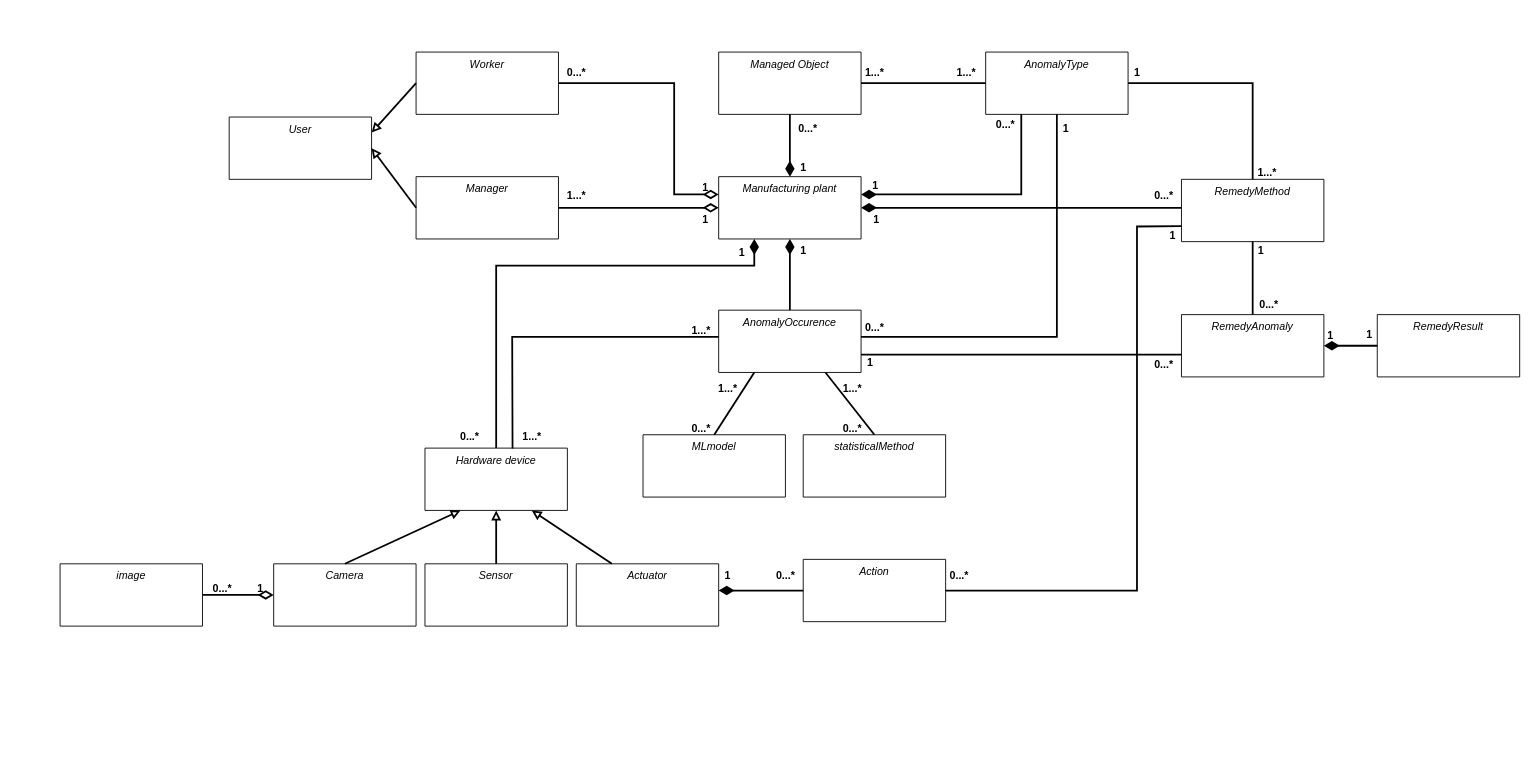
This is aa_classdiagram.drawio from ShineSoYoung/TEST, a draw.io file, before an edit. Source tidied: cells renumbered, new cells numbered last; positions are measured from the earlier drawing's top-left corner, leaving out a move shared by most shapes. Both pictures are drawn from the tidied source at 89%, with x=0, y=0 at pixel (60, 52).
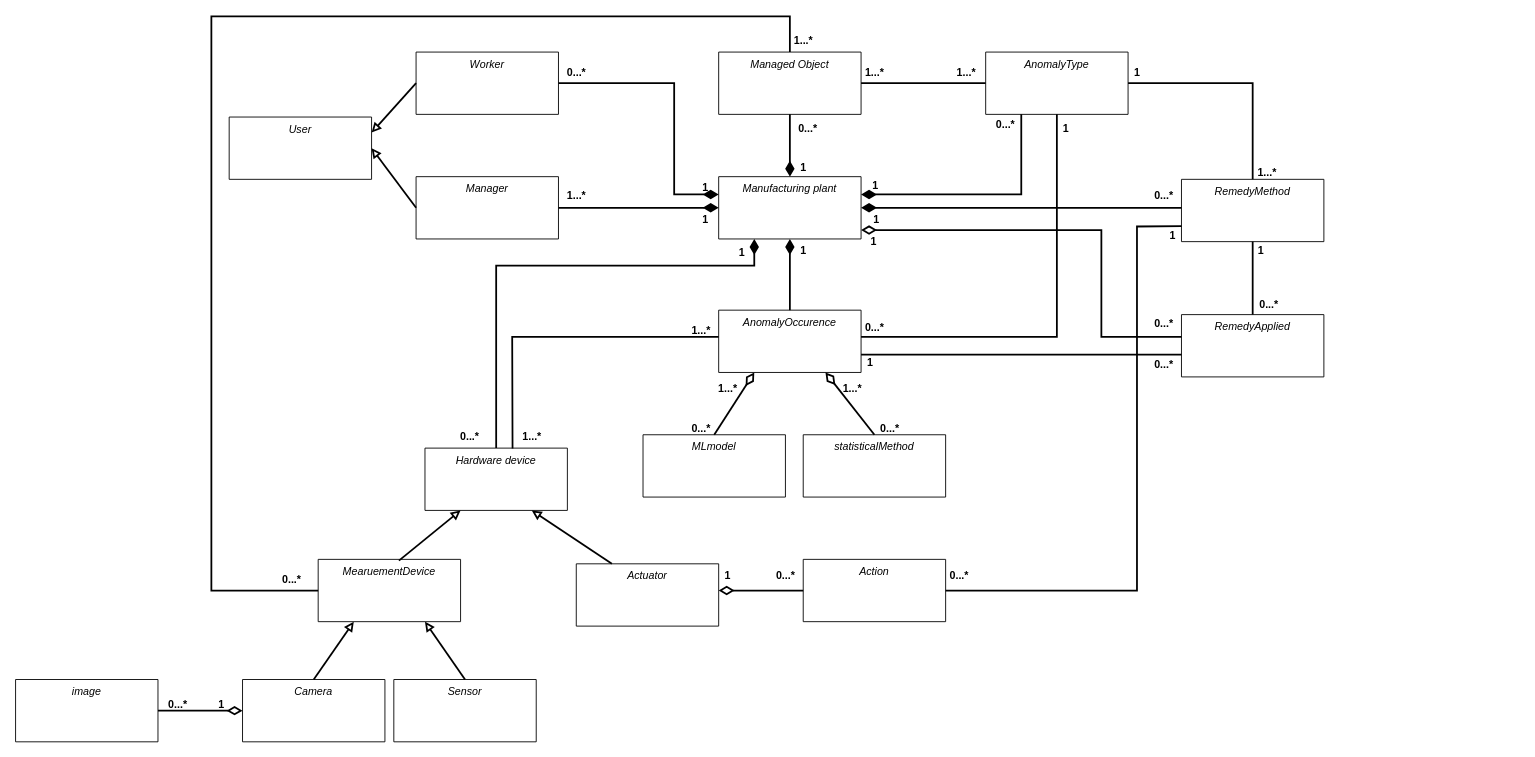
After the change.

Unchanged cells that the change refers to:
```xml
<mxCell id="2" value="Manufacturing plant" style="swimlane;fontStyle=2;align=center;verticalAlign=top;horizontal=1;startSize=70;rounded=0;shadow=0;strokeWidth=1;" parent="1" vertex="1">
  <mxGeometry x="740" y="140" width="160" height="70" as="geometry" />
</mxCell>
<mxCell id="3" value="Hardware device" style="swimlane;fontStyle=2;align=center;verticalAlign=top;horizontal=1;startSize=70;rounded=0;shadow=0;strokeWidth=1;" parent="1" vertex="1">
  <mxGeometry x="410" y="445" width="160" height="70" as="geometry" />
</mxCell>
<mxCell id="4" value="Managed Object" style="swimlane;fontStyle=2;align=center;verticalAlign=top;horizontal=1;startSize=70;rounded=0;shadow=0;strokeWidth=1;" parent="1" vertex="1">
  <mxGeometry x="740" width="160" height="70" as="geometry" />
</mxCell>
<mxCell id="5" value="Worker" style="swimlane;fontStyle=2;align=center;verticalAlign=top;horizontal=1;startSize=70;rounded=0;shadow=0;strokeWidth=1;" parent="1" vertex="1">
  <mxGeometry x="400" width="160" height="70" as="geometry" />
</mxCell>
<mxCell id="6" value="Manager" style="swimlane;fontStyle=2;align=center;verticalAlign=top;horizontal=1;startSize=70;rounded=0;shadow=0;strokeWidth=1;" parent="1" vertex="1">
  <mxGeometry x="400" y="140" width="160" height="70" as="geometry" />
</mxCell>
<mxCell id="9" value="AnomalyOccurence" style="swimlane;fontStyle=2;align=center;verticalAlign=top;horizontal=1;startSize=70;rounded=0;shadow=0;strokeWidth=1;" parent="1" vertex="1">
  <mxGeometry x="740" y="290" width="160" height="70" as="geometry" />
</mxCell>
<mxCell id="18" value="statisticalMethod" style="swimlane;fontStyle=2;align=center;verticalAlign=top;horizontal=1;startSize=70;rounded=0;shadow=0;strokeWidth=1;" parent="1" vertex="1">
  <mxGeometry x="835" y="430" width="160" height="70" as="geometry" />
</mxCell>
<mxCell id="31" value="MLmodel" style="swimlane;fontStyle=2;align=center;verticalAlign=top;horizontal=1;startSize=70;rounded=0;shadow=0;strokeWidth=1;" parent="1" vertex="1">
  <mxGeometry x="655" y="430" width="160" height="70" as="geometry" />
</mxCell>
<mxCell id="41" value="Action" style="swimlane;fontStyle=2;align=center;verticalAlign=top;horizontal=1;startSize=70;rounded=0;shadow=0;strokeWidth=1;" parent="1" vertex="1">
  <mxGeometry x="835" y="570" width="160" height="70" as="geometry" />
</mxCell>
```

The edit, as a diff of the source:
```diff
@@
     <mxCell id="10" value="Camera" style="swimlane;fontStyle=2;align=center;verticalAlign=top;horizontal=1;startSize=70;rounded=0;shadow=0;strokeWidth=1;" parent="1" vertex="1">
-      <mxGeometry x="240" y="575" width="160" height="70" as="geometry" />
+      <mxGeometry x="205" y="705" width="160" height="70" as="geometry" />
     </mxCell>
     <mxCell id="11" value="Sensor" style="swimlane;fontStyle=2;align=center;verticalAlign=top;horizontal=1;startSize=70;rounded=0;shadow=0;strokeWidth=1;" parent="1" vertex="1">
-      <mxGeometry x="410" y="575" width="160" height="70" as="geometry" />
+      <mxGeometry x="375" y="705" width="160" height="70" as="geometry" />
     </mxCell>
@@
-    <mxCell id="13" value="RemedyAnomaly" style="swimlane;fontStyle=2;align=center;verticalAlign=top;horizontal=1;startSize=70;rounded=0;shadow=0;strokeWidth=1;" parent="1" vertex="1">
+    <mxCell id="13" value="RemedyApplied" style="swimlane;fontStyle=2;align=center;verticalAlign=top;horizontal=1;startSize=70;rounded=0;shadow=0;strokeWidth=1;" parent="1" vertex="1">
       <mxGeometry x="1260" y="295" width="160" height="70" as="geometry" />
     </mxCell>
-    <mxCell id="14" value="RemedyResult" style="swimlane;fontStyle=2;align=center;verticalAlign=top;horizontal=1;startSize=70;rounded=0;shadow=0;strokeWidth=1;" parent="1" vertex="1">
-      <mxGeometry x="1480" y="295" width="160" height="70" as="geometry" />
-    </mxCell>
-    <mxCell id="15" style="endArrow=block;html=1;rounded=0;exitX=0.5;exitY=0;exitDx=0;exitDy=0;entryX=0.25;entryY=1;entryDx=0;entryDy=0;endFill=0;strokeWidth=2;" parent="1" edge="1" source="10">
-      <mxGeometry relative="1" as="geometry">
-        <mxPoint x="450" y="515" as="targetPoint" />
-      </mxGeometry>
+    <mxCell id="15" style="endArrow=block;html=1;rounded=0;exitX=0.5;exitY=0;exitDx=0;exitDy=0;entryX=0.25;entryY=1;entryDx=0;entryDy=0;endFill=0;strokeWidth=2;" parent="1" edge="1" source="10" target="81">
+      <mxGeometry relative="1" as="geometry" />
     </mxCell>
-    <mxCell id="16" style="endArrow=block;html=1;rounded=0;exitX=0.5;exitY=0;exitDx=0;exitDy=0;endFill=0;strokeWidth=2;" parent="1" edge="1" source="11">
-      <mxGeometry relative="1" as="geometry">
-        <mxPoint x="490" y="515" as="targetPoint" />
-      </mxGeometry>
+    <mxCell id="16" style="endArrow=block;html=1;rounded=0;exitX=0.5;exitY=0;exitDx=0;exitDy=0;endFill=0;strokeWidth=2;entryX=0.75;entryY=1;entryDx=0;entryDy=0;" parent="1" edge="1" source="11" target="81">
+      <mxGeometry relative="1" as="geometry" />
     </mxCell>
@@
-    <mxCell id="22" style="endArrow=none;html=1;rounded=0;entryX=1;entryY=0.5;entryDx=0;entryDy=0;strokeWidth=2;startArrow=diamondThin;startFill=0;startSize=12;" parent="1" edge="1" target="5">
+    <mxCell id="22" style="endArrow=none;html=1;rounded=0;entryX=1;entryY=0.5;entryDx=0;entryDy=0;strokeWidth=2;startArrow=diamondThin;startFill=1;startSize=12;" parent="1" edge="1" target="5">
       <mxGeometry relative="1" as="geometry">
         <mxPoint x="740" y="160" as="sourcePoint" />
         <Array as="points">
           <mxPoint x="690" y="160" />
           <mxPoint x="690" y="35" />
         </Array>
       </mxGeometry>
     </mxCell>
@@
-    <mxCell id="25" style="endArrow=none;html=1;rounded=0;entryX=0;entryY=0.5;entryDx=0;entryDy=0;strokeWidth=2;exitX=1;exitY=0.5;exitDx=0;exitDy=0;startArrow=diamondThin;startFill=1;endSize=12;startSize=12;" parent="1" edge="1" source="13" target="14">
-      <mxGeometry relative="1" as="geometry" />
-    </mxCell>
@@
-    <mxCell id="30" style="endArrow=none;html=1;rounded=0;entryX=1;entryY=0.5;entryDx=0;entryDy=0;strokeWidth=2;exitX=0;exitY=0.5;exitDx=0;exitDy=0;endFill=0;startArrow=diamondThin;startFill=0;endSize=12;startSize=12;" parent="1" edge="1" source="2" target="6">
+    <mxCell id="30" style="endArrow=none;html=1;rounded=0;entryX=1;entryY=0.5;entryDx=0;entryDy=0;strokeWidth=2;exitX=0;exitY=0.5;exitDx=0;exitDy=0;endFill=0;startArrow=diamondThin;startFill=1;endSize=12;startSize=12;" parent="1" edge="1" source="2" target="6">
       <mxGeometry relative="1" as="geometry" />
     </mxCell>
@@
-    <mxCell id="32" style="endArrow=none;html=1;rounded=0;strokeWidth=2;entryX=0.25;entryY=1;entryDx=0;entryDy=0;exitX=0.5;exitY=0;exitDx=0;exitDy=0;" parent="1" edge="1" source="31" target="9">
+    <mxCell id="32" style="endArrow=diamondThin;html=1;rounded=0;strokeWidth=2;entryX=0.25;entryY=1;entryDx=0;entryDy=0;exitX=0.5;exitY=0;exitDx=0;exitDy=0;startArrow=none;startFill=0;endSize=12;startSize=12;endFill=0;" parent="1" edge="1" source="31" target="9">
       <mxGeometry relative="1" as="geometry" />
     </mxCell>
@@
-    <mxCell id="38" style="endArrow=none;html=1;rounded=0;strokeWidth=2;entryX=0.75;entryY=1;entryDx=0;entryDy=0;exitX=0.5;exitY=0;exitDx=0;exitDy=0;" parent="1" edge="1" source="18" target="9">
+    <mxCell id="38" style="endArrow=diamondThin;html=1;rounded=0;strokeWidth=2;entryX=0.75;entryY=1;entryDx=0;entryDy=0;exitX=0.5;exitY=0;exitDx=0;exitDy=0;endFill=0;startSize=12;endSize=12;" parent="1" edge="1" source="18" target="9">
       <mxGeometry relative="1" as="geometry" />
     </mxCell>
     <mxCell id="39" value="image" style="swimlane;fontStyle=2;align=center;verticalAlign=top;horizontal=1;startSize=70;rounded=0;shadow=0;strokeWidth=1;" parent="1" vertex="1">
-      <mxGeometry y="575" width="160" height="70" as="geometry" />
+      <mxGeometry x="-50" y="705" width="160" height="70" as="geometry" />
     </mxCell>
@@
-    <mxCell id="42" style="endArrow=none;html=1;rounded=0;strokeWidth=2;entryX=0;entryY=0.5;entryDx=0;entryDy=0;startArrow=diamondThin;startFill=1;endSize=12;startSize=12;" parent="1" edge="1" target="41">
+    <mxCell id="42" style="endArrow=none;html=1;rounded=0;strokeWidth=2;entryX=0;entryY=0.5;entryDx=0;entryDy=0;startArrow=diamondThin;startFill=0;endSize=12;startSize=12;" parent="1" edge="1" target="41">
       <mxGeometry relative="1" as="geometry">
         <mxPoint x="740" y="605" as="sourcePoint" />
         <Array as="points">
           <mxPoint x="810" y="605" />
         </Array>
       </mxGeometry>
     </mxCell>
@@
     <mxCell id="49" value="0...*" style="text;align=center;fontStyle=1;verticalAlign=middle;spacingLeft=3;spacingRight=3;html=1;" parent="1" vertex="1">
-      <mxGeometry x="850" y="410" width="80" height="26" as="geometry" />
+      <mxGeometry x="892" y="410" width="80" height="26" as="geometry" />
     </mxCell>
@@
     <mxCell id="52" value="0...*" style="text;align=center;fontStyle=1;verticalAlign=middle;spacingLeft=3;spacingRight=3;html=1;" parent="1" vertex="1">
-      <mxGeometry x="160" y="590" width="44" height="26" as="geometry" />
+      <mxGeometry x="110" y="720" width="44" height="26" as="geometry" />
     </mxCell>
     <mxCell id="53" value="1" style="text;align=center;fontStyle=1;verticalAlign=middle;spacingLeft=3;spacingRight=3;html=1;" parent="1" vertex="1">
-      <mxGeometry x="210" y="590" width="30" height="26" as="geometry" />
+      <mxGeometry x="166" y="720" width="30" height="26" as="geometry" />
     </mxCell>
@@
-    <mxCell id="62" value="1" style="text;align=center;fontStyle=1;verticalAlign=middle;spacingLeft=3;spacingRight=3;html=1;" parent="1" vertex="1">
-      <mxGeometry x="1417" y="306" width="20" height="26" as="geometry" />
-    </mxCell>
-    <mxCell id="63" value="1" style="text;align=center;fontStyle=1;verticalAlign=middle;spacingLeft=3;spacingRight=3;html=1;" parent="1" vertex="1">
-      <mxGeometry x="1456" y="305" width="29" height="26" as="geometry" />
-    </mxCell>
@@
+    <mxCell id="81" value="MearuementDevice" style="swimlane;fontStyle=2;align=center;verticalAlign=top;horizontal=1;startSize=70;rounded=0;shadow=0;strokeWidth=1;" parent="1" vertex="1">
+      <mxGeometry x="290" y="570" width="160" height="70" as="geometry" />
+    </mxCell>
+    <mxCell id="82" style="endArrow=block;html=1;rounded=0;exitX=0.567;exitY=0.021;exitDx=0;exitDy=0;endFill=0;strokeWidth=2;exitPerimeter=0;entryX=0.25;entryY=1;entryDx=0;entryDy=0;" parent="1" edge="1" source="81" target="3">
+      <mxGeometry relative="1" as="geometry" />
+    </mxCell>
+    <mxCell id="83" style="endArrow=none;html=1;rounded=0;entryX=0.5;entryY=0;entryDx=0;entryDy=0;strokeWidth=2;endFill=0;endSize=12;exitX=0;exitY=0.5;exitDx=0;exitDy=0;" parent="1" edge="1" source="81" target="4">
+      <mxGeometry relative="1" as="geometry">
+        <Array as="points">
+          <mxPoint x="170" y="605" />
+          <mxPoint x="170" y="-40" />
+          <mxPoint x="820" y="-40" />
+        </Array>
+      </mxGeometry>
+    </mxCell>
+    <mxCell id="84" value="0...*" style="text;align=center;fontStyle=1;verticalAlign=middle;spacingLeft=3;spacingRight=3;html=1;" parent="1" vertex="1">
+      <mxGeometry x="220" y="580" width="80" height="26" as="geometry" />
+    </mxCell>
+    <mxCell id="85" value="1...*" style="text;align=center;fontStyle=1;verticalAlign=middle;spacingLeft=3;spacingRight=3;html=1;" parent="1" vertex="1">
+      <mxGeometry x="812.5" y="-26" width="45" height="26" as="geometry" />
+    </mxCell>
+    <mxCell id="86" style="endArrow=diamondThin;html=1;rounded=0;strokeWidth=2;exitX=0;exitY=0.357;exitDx=0;exitDy=0;exitPerimeter=0;startArrow=none;startFill=0;startSize=13;endFill=0;endSize=12;" parent="1" edge="1" source="13">
+      <mxGeometry relative="1" as="geometry">
+        <mxPoint x="900" y="200" as="targetPoint" />
+        <Array as="points">
+          <mxPoint x="1170" y="320" />
+          <mxPoint x="1170" y="200" />
+        </Array>
+      </mxGeometry>
+    </mxCell>
+    <mxCell id="87" value="1" style="text;align=center;fontStyle=1;verticalAlign=middle;spacingLeft=3;spacingRight=3;html=1;" parent="1" vertex="1">
+      <mxGeometry x="898.5" y="200" width="30" height="26" as="geometry" />
+    </mxCell>
+    <mxCell id="88" value="0...*" style="text;align=center;fontStyle=1;verticalAlign=middle;spacingLeft=3;spacingRight=3;html=1;" parent="1" vertex="1">
+      <mxGeometry x="1220" y="292" width="40" height="26" as="geometry" />
+    </mxCell>
```
